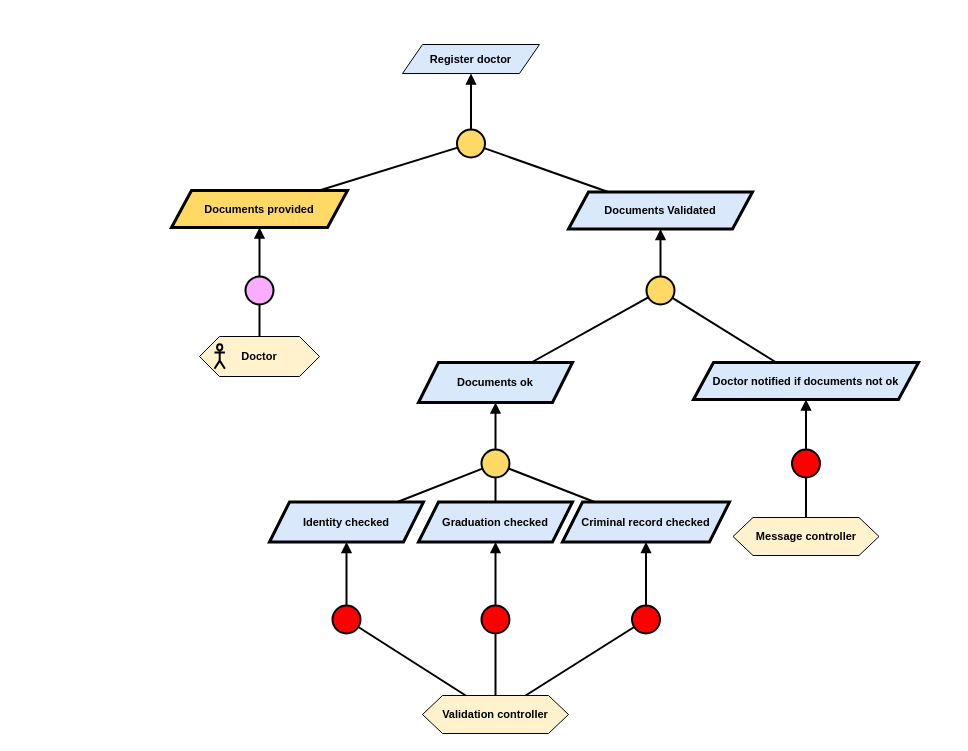
Before: Kaos/KAOS 2.drawio in RafaelCMira/myclinic-msp-project, a draw.io diagram. Source tidied: cells renumbered, new cells numbered last; positions are measured from the earlier drawing's top-left corner, leaving out a move shared by most shapes. Both pictures are drawn from the tidied source at 100%, with x=0, y=0 at pixel (171, 44).
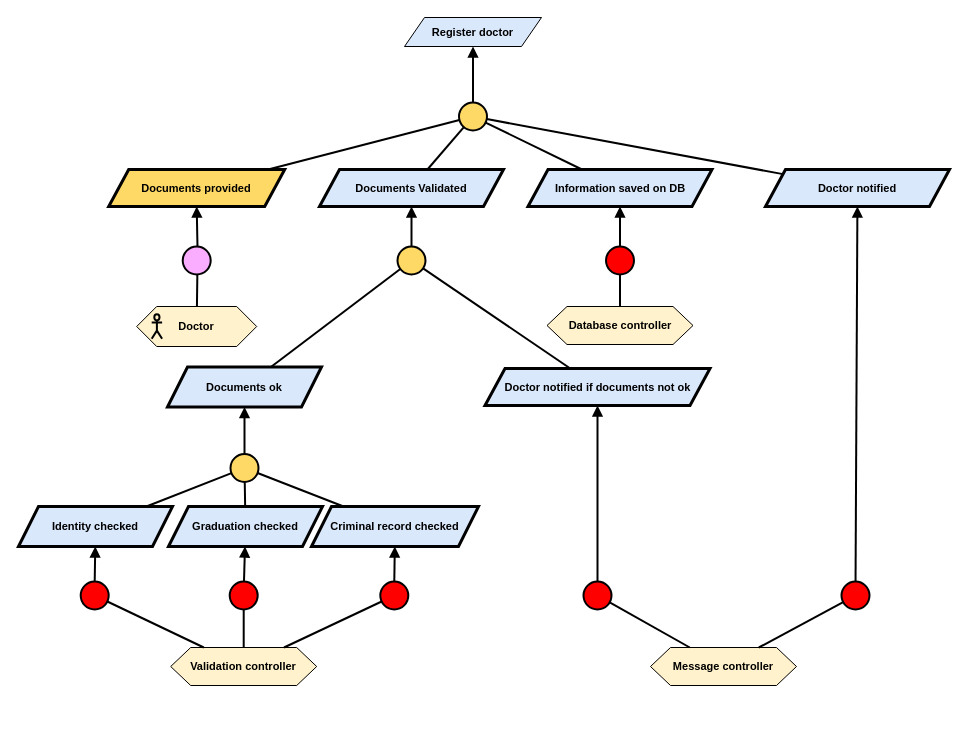
Above is the later version.

The edit, as a diff of the source:
```diff
@@
     <mxCell id="2" value="&lt;b&gt;Register doctor&lt;/b&gt;" style="shape=parallelogram;perimeter=parallelogramPerimeter;whiteSpace=wrap;html=1;fixedSize=1;fillColor=#dae8fc;strokeColor=#000000;fontFamily=Helvetica;fontSize=11;fontColor=default;labelBackgroundColor=none;" parent="1" vertex="1">
-      <mxGeometry x="231" width="137" height="29" as="geometry" />
+      <mxGeometry x="233" y="-27" width="137" height="29" as="geometry" />
     </mxCell>
     <mxCell id="3" style="ellipse;whiteSpace=wrap;html=1;fillColor=#FFD966;strokeWidth=2;" parent="1" vertex="1">
-      <mxGeometry x="285.5" y="85" width="28" height="28" as="geometry" />
+      <mxGeometry x="287.5" y="58" width="28" height="28" as="geometry" />
     </mxCell>
@@
     <mxCell id="6" value="&lt;b&gt;Documents Validated&lt;/b&gt;" style="shape=parallelogram;perimeter=parallelogramPerimeter;whiteSpace=wrap;html=1;fixedSize=1;fillColor=#dae8fc;strokeColor=#000000;strokeWidth=3;fontFamily=Helvetica;fontSize=11;fontColor=default;labelBackgroundColor=none;" parent="1" vertex="1">
-      <mxGeometry x="397" y="147.5" width="184" height="37" as="geometry" />
+      <mxGeometry x="148" y="125" width="184" height="37" as="geometry" />
     </mxCell>
@@
     <mxCell id="8" value="&lt;b&gt;Documents provided&lt;/b&gt;" style="shape=parallelogram;perimeter=parallelogramPerimeter;whiteSpace=wrap;html=1;fixedSize=1;fillColor=#FFD966;strokeColor=#000000;strokeWidth=3;fontFamily=Helvetica;fontSize=11;fontColor=default;labelBackgroundColor=none;" parent="1" vertex="1">
-      <mxGeometry y="146" width="176" height="37" as="geometry" />
+      <mxGeometry x="-62.8" y="125" width="176" height="37" as="geometry" />
     </mxCell>
     <mxCell id="9" style="ellipse;whiteSpace=wrap;html=1;fillColor=#FAADFF;strokeWidth=2;fontFamily=Helvetica;fontSize=11;fontColor=default;labelBackgroundColor=default;" parent="1" vertex="1">
-      <mxGeometry x="74" y="232" width="28" height="28" as="geometry" />
+      <mxGeometry x="11.2" y="202" width="28" height="28" as="geometry" />
     </mxCell>
@@
     <mxCell id="12" style="group;" parent="1" vertex="1">
-      <mxGeometry x="28" y="292" width="120" height="40" as="geometry" />
+      <mxGeometry x="-34.8" y="262" width="120" height="40" as="geometry" />
     </mxCell>
@@
     <mxCell id="15" value="&lt;div&gt;&lt;b&gt;Validation controller&lt;/b&gt;&lt;/div&gt;" style="shape=hexagon;perimeter=hexagonPerimeter2;whiteSpace=wrap;html=1;fixedSize=1;fillColor=#FFF2CC;fontFamily=Helvetica;fontSize=11;fontColor=default;labelBackgroundColor=none;" parent="1" vertex="1">
-      <mxGeometry x="251" y="651" width="146" height="38" as="geometry" />
+      <mxGeometry x="-0.8" y="603" width="146" height="38" as="geometry" />
     </mxCell>
     <mxCell id="16" value="&lt;div&gt;&lt;b&gt;Message controller&lt;/b&gt;&lt;/div&gt;" style="shape=hexagon;perimeter=hexagonPerimeter2;whiteSpace=wrap;html=1;fixedSize=1;fillColor=#FFF2CC;fontFamily=Helvetica;fontSize=11;fontColor=default;labelBackgroundColor=none;" parent="1" vertex="1">
-      <mxGeometry x="561.5" y="473" width="146" height="38" as="geometry" />
+      <mxGeometry x="479" y="603" width="146" height="38" as="geometry" />
     </mxCell>
     <mxCell id="17" style="ellipse;whiteSpace=wrap;html=1;fillColor=#FF0000;strokeWidth=2;" parent="1" vertex="1">
-      <mxGeometry x="161" y="561" width="28" height="28" as="geometry" />
+      <mxGeometry x="-90.8" y="537" width="28" height="28" as="geometry" />
     </mxCell>
@@
     <mxCell id="20" style="ellipse;whiteSpace=wrap;html=1;fillColor=#FF0000;strokeWidth=2;" parent="1" vertex="1">
-      <mxGeometry x="620.5" y="405" width="28" height="28" as="geometry" />
+      <mxGeometry x="412" y="537" width="28" height="28" as="geometry" />
     </mxCell>
@@
     <mxCell id="22" value="&lt;b&gt;Documents ok&lt;/b&gt;" style="shape=parallelogram;perimeter=parallelogramPerimeter;whiteSpace=wrap;html=1;fixedSize=1;fillColor=#dae8fc;strokeColor=#000000;fontFamily=Helvetica;fontSize=11;fontColor=default;labelBackgroundColor=none;strokeWidth=3;" parent="1" vertex="1">
-      <mxGeometry x="247" y="318" width="154" height="40" as="geometry" />
+      <mxGeometry x="-4" y="322.5" width="154" height="40" as="geometry" />
     </mxCell>
     <mxCell id="23" style="ellipse;whiteSpace=wrap;html=1;fillColor=#FFD966;strokeWidth=2;" parent="1" vertex="1">
-      <mxGeometry x="475" y="232" width="28" height="28" as="geometry" />
+      <mxGeometry x="226" y="202" width="28" height="28" as="geometry" />
     </mxCell>
@@
     <mxCell id="25" value="&lt;b&gt;Doctor notified if documents not ok&lt;/b&gt;" style="shape=parallelogram;perimeter=parallelogramPerimeter;whiteSpace=wrap;html=1;fixedSize=1;fillColor=#dae8fc;strokeColor=#000000;strokeWidth=3;fontFamily=Helvetica;fontSize=11;fontColor=default;labelBackgroundColor=none;" parent="1" vertex="1">
-      <mxGeometry x="522" y="318" width="225" height="37" as="geometry" />
+      <mxGeometry x="313.5" y="324" width="225" height="37" as="geometry" />
     </mxCell>
@@
     <mxCell id="29" value="&lt;b&gt;Identity checked&lt;/b&gt;" style="shape=parallelogram;perimeter=parallelogramPerimeter;whiteSpace=wrap;html=1;fixedSize=1;fillColor=#dae8fc;strokeColor=#000000;fontFamily=Helvetica;fontSize=11;fontColor=default;labelBackgroundColor=none;strokeWidth=3;" parent="1" vertex="1">
-      <mxGeometry x="98" y="457.5" width="154" height="40" as="geometry" />
+      <mxGeometry x="-153" y="462" width="154" height="40" as="geometry" />
     </mxCell>
     <mxCell id="30" value="&lt;b&gt;Graduation checked&lt;/b&gt;" style="shape=parallelogram;perimeter=parallelogramPerimeter;whiteSpace=wrap;html=1;fixedSize=1;fillColor=#dae8fc;strokeColor=#000000;fontFamily=Helvetica;fontSize=11;fontColor=default;labelBackgroundColor=none;strokeWidth=3;" parent="1" vertex="1">
-      <mxGeometry x="247" y="457.5" width="154" height="40" as="geometry" />
+      <mxGeometry x="-3" y="462" width="154" height="40" as="geometry" />
     </mxCell>
@@
     <mxCell id="32" style="ellipse;whiteSpace=wrap;html=1;fillColor=#FFD966;strokeWidth=2;" parent="1" vertex="1">
-      <mxGeometry x="310" y="405" width="28" height="28" as="geometry" />
+      <mxGeometry x="59" y="409.5" width="28" height="28" as="geometry" />
     </mxCell>
@@
     <mxCell id="34" value="&lt;b&gt;Criminal record checked&lt;/b&gt;" style="shape=parallelogram;perimeter=parallelogramPerimeter;whiteSpace=wrap;html=1;fixedSize=1;fillColor=#dae8fc;strokeColor=#000000;fontFamily=Helvetica;fontSize=11;fontColor=default;labelBackgroundColor=none;strokeWidth=3;" parent="1" vertex="1">
-      <mxGeometry x="391" y="457.5" width="167" height="40" as="geometry" />
+      <mxGeometry x="140" y="462" width="167" height="40" as="geometry" />
     </mxCell>
@@
     <mxCell id="37" style="ellipse;whiteSpace=wrap;html=1;fillColor=#FF0000;strokeWidth=2;" parent="1" vertex="1">
-      <mxGeometry x="310" y="561" width="28" height="28" as="geometry" />
+      <mxGeometry x="58.2" y="537" width="28" height="28" as="geometry" />
     </mxCell>
@@
     <mxCell id="40" style="ellipse;whiteSpace=wrap;html=1;fillColor=#FF0000;strokeWidth=2;" parent="1" vertex="1">
-      <mxGeometry x="460.5" y="561" width="28" height="28" as="geometry" />
+      <mxGeometry x="208.8" y="537" width="28" height="28" as="geometry" />
     </mxCell>
@@
+    <mxCell id="43" value="&lt;b&gt;Information saved on DB&lt;/b&gt;" style="shape=parallelogram;perimeter=parallelogramPerimeter;whiteSpace=wrap;html=1;fixedSize=1;fillColor=#dae8fc;strokeColor=#000000;strokeWidth=3;fontFamily=Helvetica;fontSize=11;fontColor=default;labelBackgroundColor=none;" parent="1" vertex="1">
+      <mxGeometry x="356.5" y="125" width="184" height="37" as="geometry" />
+    </mxCell>
+    <mxCell id="44" style="endArrow=none;html=1;rounded=0;strokeWidth=2;" parent="1" edge="1" source="43" target="3">
+      <mxGeometry relative="1" as="geometry" />
+    </mxCell>
+    <mxCell id="45" value="&lt;b&gt;Doctor notified&lt;/b&gt;" style="shape=parallelogram;perimeter=parallelogramPerimeter;whiteSpace=wrap;html=1;fixedSize=1;fillColor=#dae8fc;strokeColor=#000000;strokeWidth=3;fontFamily=Helvetica;fontSize=11;fontColor=default;labelBackgroundColor=none;" parent="1" vertex="1">
+      <mxGeometry x="594" y="125" width="184" height="37" as="geometry" />
+    </mxCell>
+    <mxCell id="46" style="endArrow=none;html=1;rounded=0;strokeWidth=2;" parent="1" edge="1" source="45" target="3">
+      <mxGeometry relative="1" as="geometry" />
+    </mxCell>
+    <mxCell id="47" style="ellipse;whiteSpace=wrap;html=1;fillColor=#FF0000;strokeWidth=2;" parent="1" vertex="1">
+      <mxGeometry x="670" y="537" width="28" height="28" as="geometry" />
+    </mxCell>
+    <mxCell id="48" style="endArrow=block;html=1;rounded=0;endFill=1;strokeWidth=2;" parent="1" edge="1" source="47" target="45">
+      <mxGeometry relative="1" as="geometry" />
+    </mxCell>
+    <mxCell id="49" style="endArrow=none;html=1;rounded=0;strokeWidth=2;" parent="1" edge="1" source="16" target="47">
+      <mxGeometry relative="1" as="geometry" />
+    </mxCell>
+    <mxCell id="50" value="&lt;div&gt;&lt;b&gt;Database controller&lt;/b&gt;&lt;/div&gt;" style="shape=hexagon;perimeter=hexagonPerimeter2;whiteSpace=wrap;html=1;fixedSize=1;fillColor=#FFF2CC;fontFamily=Helvetica;fontSize=11;fontColor=default;labelBackgroundColor=none;" parent="1" vertex="1">
+      <mxGeometry x="375.5" y="262" width="146" height="38" as="geometry" />
+    </mxCell>
+    <mxCell id="51" style="ellipse;whiteSpace=wrap;html=1;fillColor=#FF0000;strokeWidth=2;" parent="1" vertex="1">
+      <mxGeometry x="434.5" y="202" width="28" height="28" as="geometry" />
+    </mxCell>
+    <mxCell id="52" style="endArrow=block;html=1;rounded=0;endFill=1;strokeWidth=2;" parent="1" edge="1" source="51" target="43">
+      <mxGeometry relative="1" as="geometry" />
+    </mxCell>
+    <mxCell id="53" style="endArrow=none;html=1;rounded=0;strokeWidth=2;" parent="1" edge="1" source="50" target="51">
+      <mxGeometry relative="1" as="geometry" />
+    </mxCell>
```
